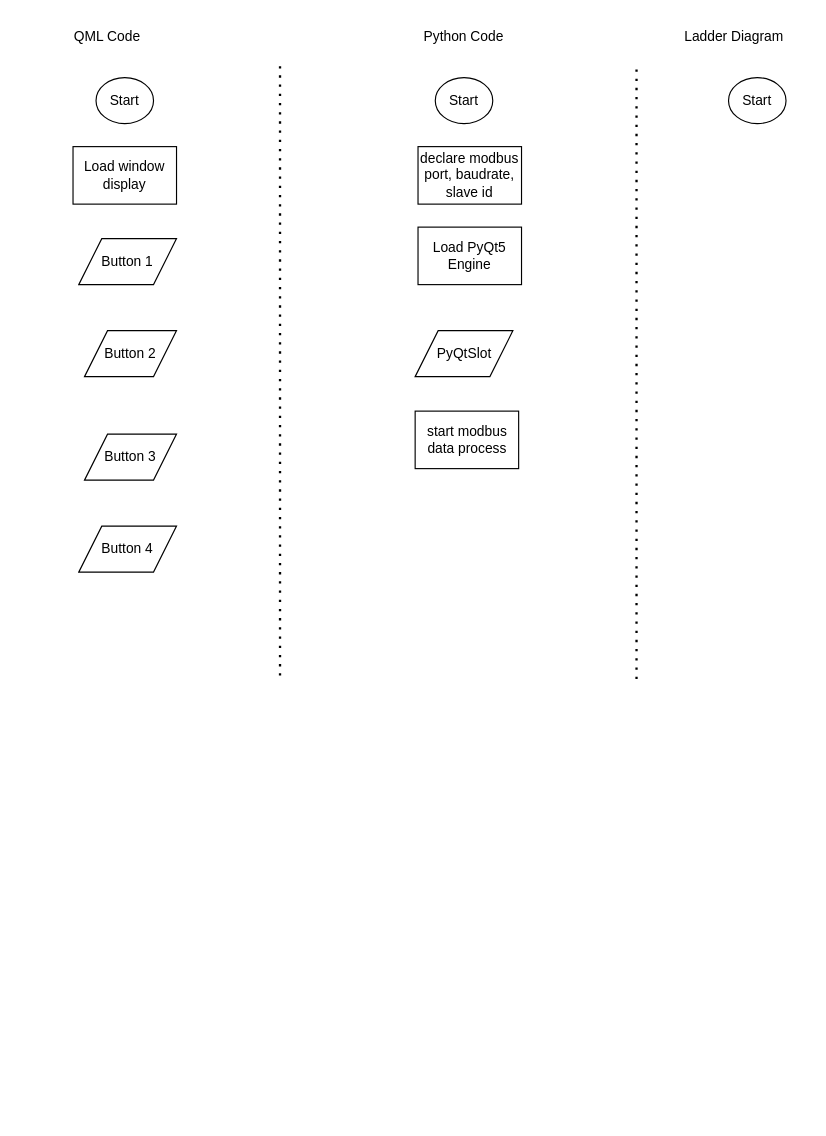
The draw.io diagram Untitled Diagram.drawio in muhammadhusni777/WORKSHOP-MINI-SCADA-PENS, before the edit. Source tidied: cells renumbered, new cells numbered last; positions are measured from the earlier drawing's top-left corner, leaving out a move shared by most shapes. Both pictures are drawn from the tidied source at 115%, with x=0, y=0 at pixel (72, 20).
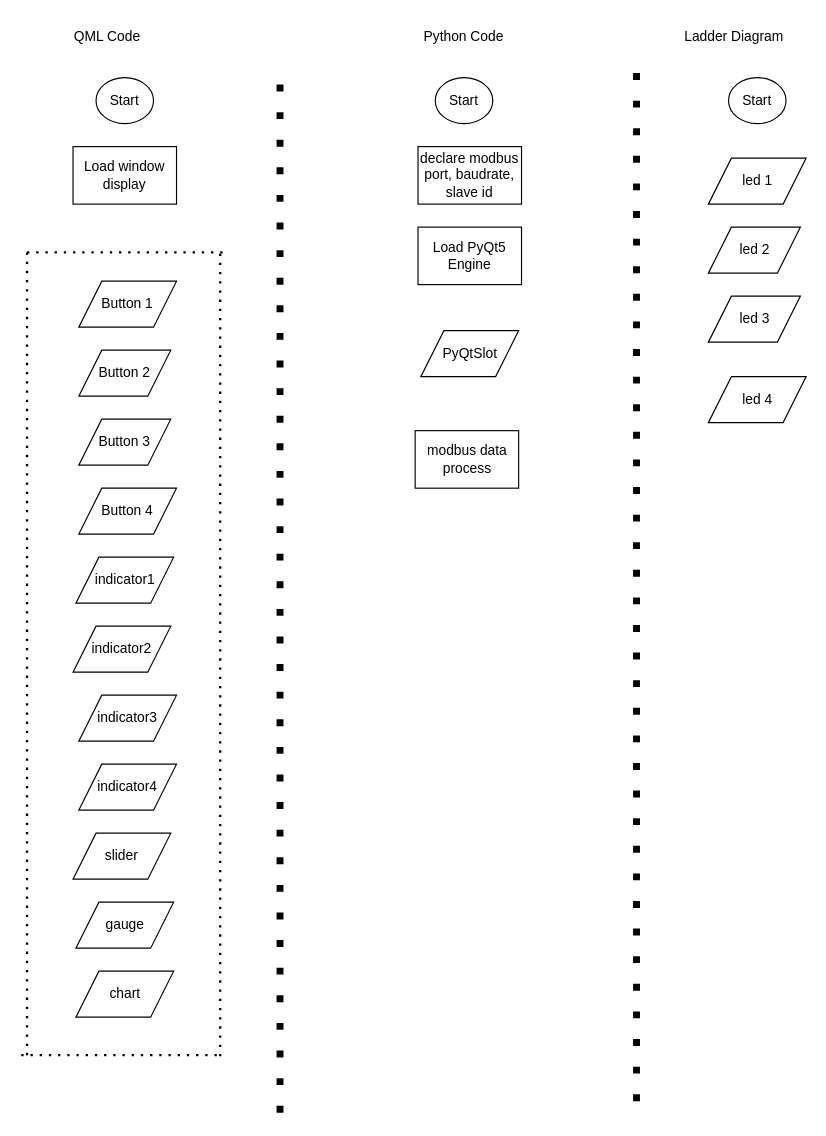
After the change.

Change to the diagram source:
```diff
@@
-    <mxCell id="2" style="endArrow=none;dashed=1;html=1;dashPattern=1 3;strokeWidth=2;rounded=0;" parent="1" edge="1">
+    <mxCell id="2" style="endArrow=none;dashed=1;html=1;dashPattern=1 3;strokeWidth=6;rounded=0;" parent="1" edge="1">
       <mxGeometry relative="1" as="geometry">
-        <mxPoint x="180" y="570" as="sourcePoint" />
+        <mxPoint x="180" y="950" as="sourcePoint" />
         <mxPoint x="180" y="40" as="targetPoint" />
       </mxGeometry>
     </mxCell>
-    <mxCell id="3" style="endArrow=none;dashed=1;html=1;dashPattern=1 3;strokeWidth=2;rounded=0;" parent="1" edge="1">
+    <mxCell id="3" style="endArrow=none;dashed=1;html=1;dashPattern=1 3;strokeWidth=6;rounded=0;" parent="1" edge="1">
       <mxGeometry relative="1" as="geometry">
-        <mxPoint x="490" y="572.9" as="sourcePoint" />
+        <mxPoint x="490" y="940" as="sourcePoint" />
         <mxPoint x="490" y="40" as="targetPoint" />
       </mxGeometry>
     </mxCell>
@@
-    <mxCell id="12" value="start modbus data process" style="rounded=0;whiteSpace=wrap;html=1;" parent="1" vertex="1">
-      <mxGeometry x="297.5" y="340" width="90" height="50" as="geometry" />
+    <mxCell id="12" value="modbus data process" style="rounded=0;whiteSpace=wrap;html=1;" parent="1" vertex="1">
+      <mxGeometry x="297.5" y="357" width="90" height="50" as="geometry" />
     </mxCell>
@@
     <mxCell id="14" value="PyQtSlot" style="shape=parallelogram;perimeter=parallelogramPerimeter;whiteSpace=wrap;html=1;fixedSize=1;" parent="1" vertex="1">
-      <mxGeometry x="297.5" y="270" width="85" height="40" as="geometry" />
+      <mxGeometry x="302.5" y="270" width="85" height="40" as="geometry" />
     </mxCell>
     <mxCell id="15" value="Button 1" style="shape=parallelogram;perimeter=parallelogramPerimeter;whiteSpace=wrap;html=1;fixedSize=1;" parent="1" vertex="1">
-      <mxGeometry x="5" y="190" width="85" height="40" as="geometry" />
+      <mxGeometry x="5" y="227" width="85" height="40" as="geometry" />
     </mxCell>
     <mxCell id="16" value="Button 2" style="shape=parallelogram;perimeter=parallelogramPerimeter;whiteSpace=wrap;html=1;fixedSize=1;" parent="1" vertex="1">
-      <mxGeometry x="10" y="270" width="80" height="40" as="geometry" />
+      <mxGeometry x="5" y="287" width="80" height="40" as="geometry" />
     </mxCell>
     <mxCell id="17" value="Button 3" style="shape=parallelogram;perimeter=parallelogramPerimeter;whiteSpace=wrap;html=1;fixedSize=1;" parent="1" vertex="1">
-      <mxGeometry x="10" y="360" width="80" height="40" as="geometry" />
+      <mxGeometry x="5" y="347" width="80" height="40" as="geometry" />
     </mxCell>
     <mxCell id="18" value="Button 4" style="shape=parallelogram;perimeter=parallelogramPerimeter;whiteSpace=wrap;html=1;fixedSize=1;" parent="1" vertex="1">
-      <mxGeometry x="5" y="440" width="85" height="40" as="geometry" />
+      <mxGeometry x="5" y="407" width="85" height="40" as="geometry" />
     </mxCell>
+    <mxCell id="19" value="indicator1" style="shape=parallelogram;perimeter=parallelogramPerimeter;whiteSpace=wrap;html=1;fixedSize=1;" parent="1" vertex="1">
+      <mxGeometry x="2.5" y="467" width="85" height="40" as="geometry" />
+    </mxCell>
+    <mxCell id="20" value="indicator2" style="shape=parallelogram;perimeter=parallelogramPerimeter;whiteSpace=wrap;html=1;fixedSize=1;" parent="1" vertex="1">
+      <mxGeometry y="527" width="85" height="40" as="geometry" />
+    </mxCell>
+    <mxCell id="21" value="indicator3" style="shape=parallelogram;perimeter=parallelogramPerimeter;whiteSpace=wrap;html=1;fixedSize=1;" parent="1" vertex="1">
+      <mxGeometry x="5" y="587" width="85" height="40" as="geometry" />
+    </mxCell>
+    <mxCell id="22" value="indicator4" style="shape=parallelogram;perimeter=parallelogramPerimeter;whiteSpace=wrap;html=1;fixedSize=1;" parent="1" vertex="1">
+      <mxGeometry x="5" y="647" width="85" height="40" as="geometry" />
+    </mxCell>
+    <mxCell id="23" value="slider" style="shape=parallelogram;perimeter=parallelogramPerimeter;whiteSpace=wrap;html=1;fixedSize=1;" parent="1" vertex="1">
+      <mxGeometry y="707" width="85" height="40" as="geometry" />
+    </mxCell>
+    <mxCell id="24" value="gauge" style="shape=parallelogram;perimeter=parallelogramPerimeter;whiteSpace=wrap;html=1;fixedSize=1;" parent="1" vertex="1">
+      <mxGeometry x="2.5" y="767" width="85" height="40" as="geometry" />
+    </mxCell>
+    <mxCell id="25" value="chart" style="shape=parallelogram;perimeter=parallelogramPerimeter;whiteSpace=wrap;html=1;fixedSize=1;" parent="1" vertex="1">
+      <mxGeometry x="2.5" y="827" width="85" height="40" as="geometry" />
+    </mxCell>
+    <mxCell id="26" value="led 1" style="shape=parallelogram;perimeter=parallelogramPerimeter;whiteSpace=wrap;html=1;fixedSize=1;" parent="1" vertex="1">
+      <mxGeometry x="552.5" y="120" width="85" height="40" as="geometry" />
+    </mxCell>
+    <mxCell id="27" value="led 2" style="shape=parallelogram;perimeter=parallelogramPerimeter;whiteSpace=wrap;html=1;fixedSize=1;" parent="1" vertex="1">
+      <mxGeometry x="552.5" y="180" width="80" height="40" as="geometry" />
+    </mxCell>
+    <mxCell id="28" value="led 3" style="shape=parallelogram;perimeter=parallelogramPerimeter;whiteSpace=wrap;html=1;fixedSize=1;" parent="1" vertex="1">
+      <mxGeometry x="552.5" y="240" width="80" height="40" as="geometry" />
+    </mxCell>
+    <mxCell id="29" value="led 4" style="shape=parallelogram;perimeter=parallelogramPerimeter;whiteSpace=wrap;html=1;fixedSize=1;" parent="1" vertex="1">
+      <mxGeometry x="552.5" y="310" width="85" height="40" as="geometry" />
+    </mxCell>
+    <mxCell id="30" style="endArrow=none;dashed=1;html=1;dashPattern=1 3;strokeWidth=2;rounded=0;" parent="1" edge="1">
+      <mxGeometry relative="1" as="geometry">
+        <mxPoint x="-40" y="202" as="sourcePoint" />
+        <mxPoint x="130" y="202" as="targetPoint" />
+      </mxGeometry>
+    </mxCell>
+    <mxCell id="31" style="endArrow=none;dashed=1;html=1;dashPattern=1 3;strokeWidth=2;rounded=0;" parent="1" edge="1">
+      <mxGeometry relative="1" as="geometry">
+        <mxPoint x="-40" y="900" as="sourcePoint" />
+        <mxPoint x="-40" y="199.4" as="targetPoint" />
+      </mxGeometry>
+    </mxCell>
+    <mxCell id="32" style="endArrow=none;dashed=1;html=1;dashPattern=1 3;strokeWidth=2;rounded=0;" parent="1" edge="1">
+      <mxGeometry relative="1" as="geometry">
+        <mxPoint x="-45" y="900" as="sourcePoint" />
+        <mxPoint x="130" y="900" as="targetPoint" />
+      </mxGeometry>
+    </mxCell>
+    <mxCell id="33" style="endArrow=none;dashed=1;html=1;dashPattern=1 3;strokeWidth=2;rounded=0;" parent="1" edge="1">
+      <mxGeometry relative="1" as="geometry">
+        <mxPoint x="128" y="901" as="sourcePoint" />
+        <mxPoint x="128" y="200.4" as="targetPoint" />
+      </mxGeometry>
+    </mxCell>
```
